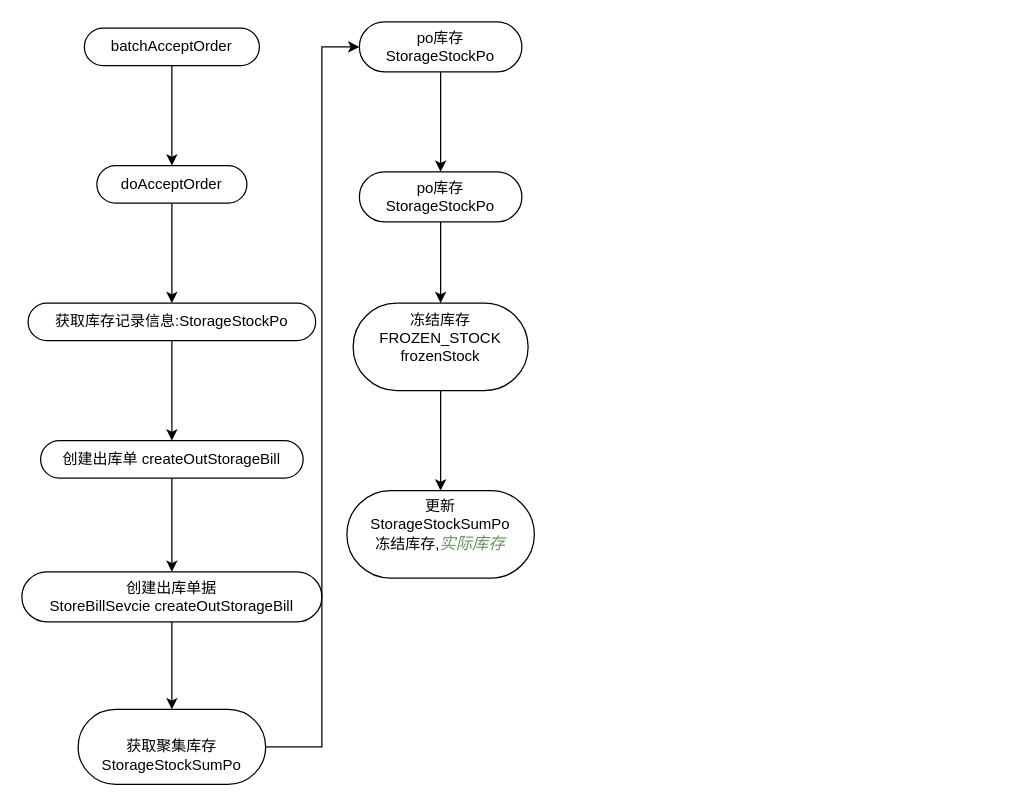
Earlier version of the draw.io diagram b2b-接单.drawio (yi2003/diagram). Source tidied: cells renumbered, new cells numbered last; positions are measured from the earlier drawing's top-left corner, leaving out a move shared by most shapes. Both pictures are drawn from the tidied source at 125%, with x=0, y=0 at pixel (21, 21).
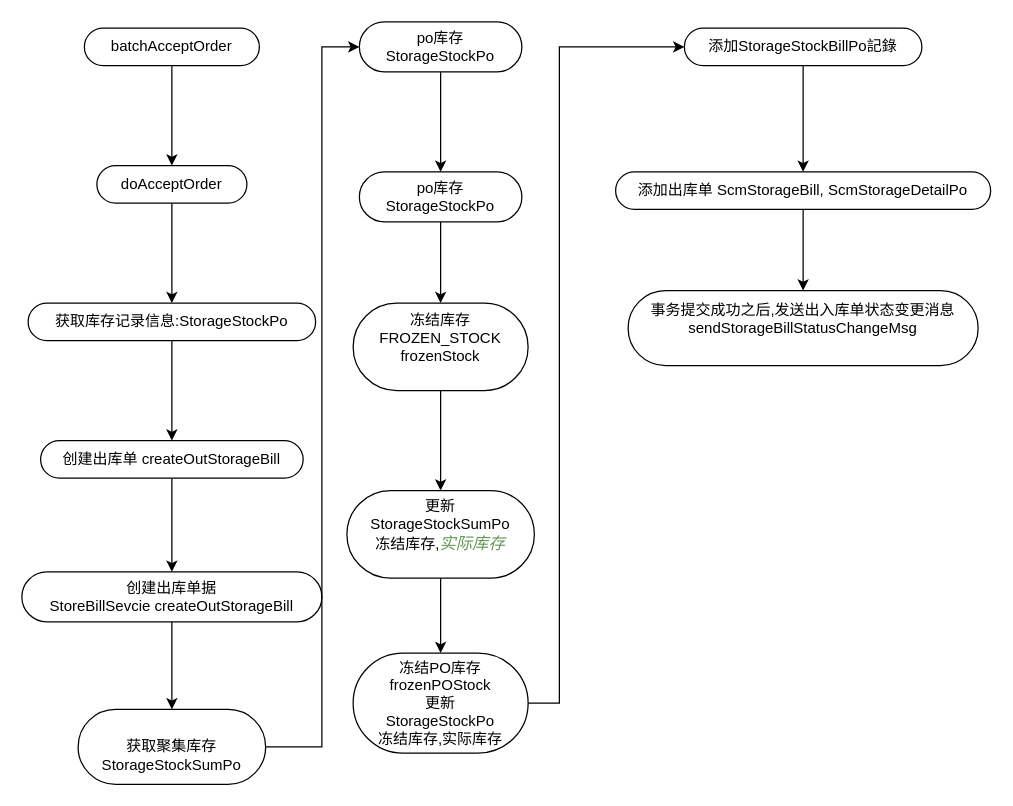
Above is the later version.

The change refers to these unchanged cells:
```xml
<mxCell id="20" value="&lt;div&gt;&lt;div&gt;更新&lt;/div&gt;&lt;div&gt;StorageStockSumPo&lt;/div&gt;&lt;/div&gt;&lt;div&gt;&lt;div&gt;冻结库存,&lt;span style=&quot;font-family: , monospace ; font-size: 9.8pt ; color: rgb(98 , 151 , 85) ; font-style: italic&quot;&gt;实际库存&lt;/span&gt;&lt;/div&gt;&lt;/div&gt;&lt;div&gt;&lt;br&gt;&lt;/div&gt;" style="whiteSpace=wrap;html=1;rounded=1;arcSize=50;align=center;verticalAlign=middle;strokeWidth=1;spacing=4;newEdgeStyle={&quot;edgeStyle&quot;:&quot;entityRelationEdgeStyle&quot;,&quot;startArrow&quot;:&quot;none&quot;,&quot;endArrow&quot;:&quot;none&quot;,&quot;segment&quot;:10,&quot;curved&quot;:1};direction=west;" parent="1" vertex="1">
  <mxGeometry x="260" y="375" width="150" height="70" as="geometry" />
</mxCell>
```

Change to the diagram source:
```diff
@@
+    <mxCell id="21" style="edgeStyle=orthogonalEdgeStyle;rounded=0;jettySize=auto;html=1;" parent="1" edge="1" source="20" target="23">
+      <mxGeometry relative="1" as="geometry" />
+    </mxCell>
@@
+    <mxCell id="22" style="edgeStyle=orthogonalEdgeStyle;rounded=0;jettySize=auto;html=1;" parent="1" edge="1" source="23" target="25">
+      <mxGeometry relative="1" as="geometry">
+        <Array as="points">
+          <mxPoint x="430" y="545" />
+          <mxPoint x="430" y="20" />
+        </Array>
+      </mxGeometry>
+    </mxCell>
+    <mxCell id="23" value="冻结PO库存&#10;frozenPOStock&#10;更新&#10;StorageStockPo&#10;冻结库存,实际库存" style="whiteSpace=wrap;html=1;rounded=1;arcSize=50;align=center;verticalAlign=middle;strokeWidth=1;spacing=4;newEdgeStyle={&quot;edgeStyle&quot;:&quot;entityRelationEdgeStyle&quot;,&quot;startArrow&quot;:&quot;none&quot;,&quot;endArrow&quot;:&quot;none&quot;,&quot;segment&quot;:10,&quot;curved&quot;:1};direction=west;" parent="1" vertex="1">
+      <mxGeometry x="265" y="505" width="140" height="80" as="geometry" />
+    </mxCell>
+    <mxCell id="24" style="edgeStyle=orthogonalEdgeStyle;rounded=0;jettySize=auto;html=1;" parent="1" edge="1" source="25" target="27">
+      <mxGeometry relative="1" as="geometry" />
+    </mxCell>
+    <mxCell id="25" value="&lt;div&gt;&lt;span&gt;添加StorageStockBillPo記錄&lt;/span&gt;&lt;br&gt;&lt;/div&gt;" style="whiteSpace=wrap;html=1;rounded=1;arcSize=50;align=center;verticalAlign=middle;strokeWidth=1;spacing=4;newEdgeStyle={&quot;edgeStyle&quot;:&quot;entityRelationEdgeStyle&quot;,&quot;startArrow&quot;:&quot;none&quot;,&quot;endArrow&quot;:&quot;none&quot;,&quot;segment&quot;:10,&quot;curved&quot;:1};direction=west;" parent="1" vertex="1">
+      <mxGeometry x="530" y="5" width="190" height="30" as="geometry" />
+    </mxCell>
+    <mxCell id="26" style="edgeStyle=orthogonalEdgeStyle;rounded=0;jettySize=auto;html=1;" parent="1" edge="1" source="27" target="28">
+      <mxGeometry relative="1" as="geometry" />
+    </mxCell>
+    <mxCell id="27" value="添加出库单&amp;nbsp;ScmStorageBill, ScmStorageDetailPo" style="whiteSpace=wrap;html=1;rounded=1;arcSize=50;align=center;verticalAlign=middle;strokeWidth=1;spacing=4;newEdgeStyle={&quot;edgeStyle&quot;:&quot;entityRelationEdgeStyle&quot;,&quot;startArrow&quot;:&quot;none&quot;,&quot;endArrow&quot;:&quot;none&quot;,&quot;segment&quot;:10,&quot;curved&quot;:1};direction=west;" parent="1" vertex="1">
+      <mxGeometry x="475" y="120" width="300" height="30" as="geometry" />
+    </mxCell>
+    <mxCell id="28" value="&lt;div&gt;事务提交成功之后,发送出入库单状态变更消息&lt;/div&gt;&lt;div&gt;sendStorageBillStatusChangeMsg&lt;/div&gt;&lt;div&gt;&lt;br&gt;&lt;/div&gt;" style="whiteSpace=wrap;html=1;rounded=1;arcSize=50;align=center;verticalAlign=middle;strokeWidth=1;spacing=4;newEdgeStyle={&quot;edgeStyle&quot;:&quot;entityRelationEdgeStyle&quot;,&quot;startArrow&quot;:&quot;none&quot;,&quot;endArrow&quot;:&quot;none&quot;,&quot;segment&quot;:10,&quot;curved&quot;:1};direction=west;" parent="1" vertex="1">
+      <mxGeometry x="485" y="215" width="280" height="60" as="geometry" />
+    </mxCell>
```
